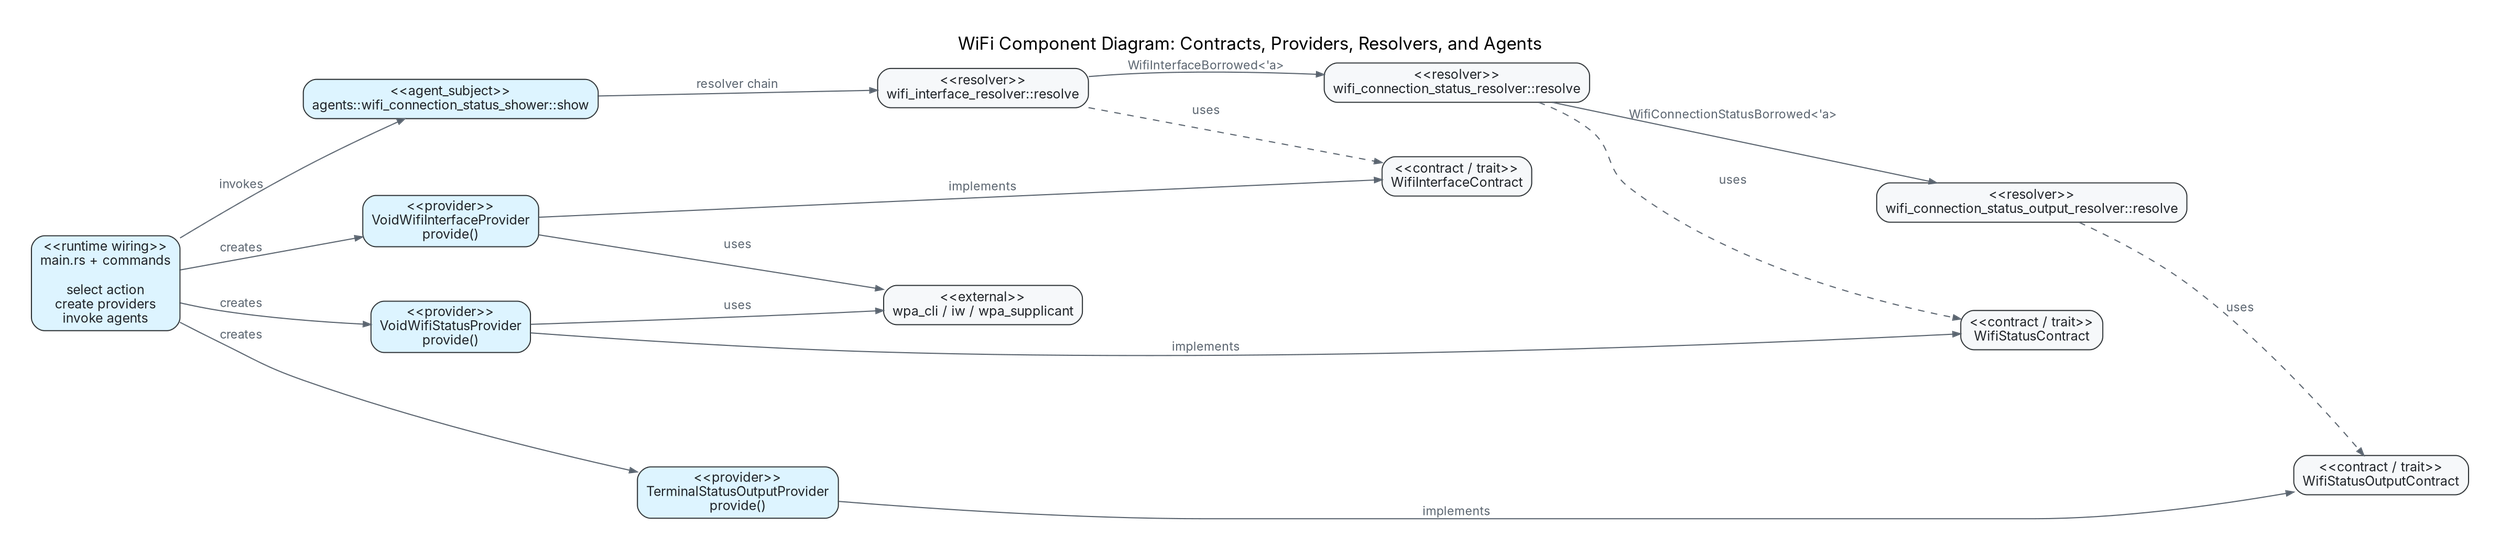
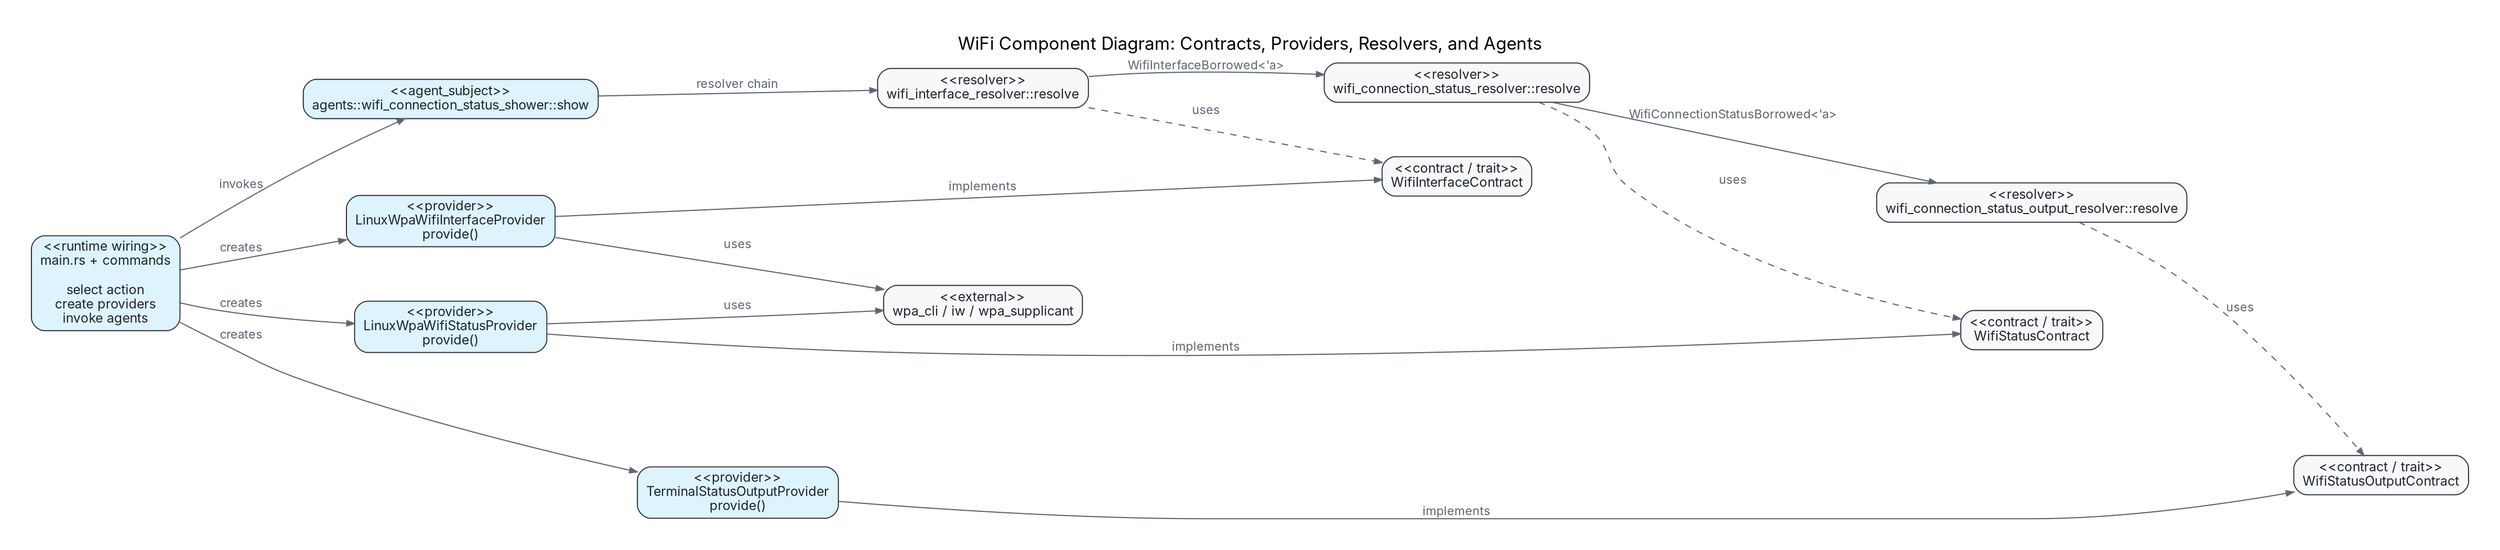
digraph WifiComponentDiagram {
  graph [
    rankdir=LR,
    bgcolor="transparent",
    pad="0.4",
    nodesep="0.7",
    ranksep="1.0",
    fontname="Inter",
    label="WiFi Component Diagram: Contracts, Providers, Resolvers, and Agents",
    labelloc="t",
    fontsize=16
  ];

  node [
    shape=box,
    fontname="Inter",
    fontsize=12,
    color="#2f3437",
    fontcolor="#1f2328",
    style="rounded,filled",
    fillcolor="#f6f8fa"
  ];

  edge [
    color="#59636e",
    arrowsize=0.7,
    fontname="Inter",
    fontsize=11,
    fontcolor="#59636e"
  ];

  CommandAssembly [
    label="<<runtime wiring>>\nmain.rs + commands\n\nselect action\ncreate providers\ninvoke agents",
    fillcolor="#ddf4ff"
  ];

  WifiConnectionStatusShower [
    label="<<agent_subject>>\nagents::wifi_connection_status_shower::show",
    fillcolor="#ddf4ff"
  ];

  WifiInterfaceResolver [
    label="<<resolver>>\nwifi_interface_resolver::resolve"
  ];

  WifiConnectionStatusResolver [
    label="<<resolver>>\nwifi_connection_status_resolver::resolve"
  ];

  WifiConnectionStatusOutputResolver [
    label="<<resolver>>\nwifi_connection_status_output_resolver::resolve"
  ];

  WifiInterfaceContract [
    label="<<contract / trait>>\nWifiInterfaceContract"
  ];

  WifiStatusContract [
    label="<<contract / trait>>\nWifiStatusContract"
  ];

  WifiStatusOutputContract [
    label="<<contract / trait>>\nWifiStatusOutputContract"
  ];

-   VoidWifiInterfaceProvider [
-     label="<<provider>>\nVoidWifiInterfaceProvider\nprovide()",
+   LinuxWpaWifiInterfaceProvider [
+     label="<<provider>>\nLinuxWpaWifiInterfaceProvider\nprovide()",
    fillcolor="#ddf4ff"
  ];

-   VoidWifiStatusProvider [
-     label="<<provider>>\nVoidWifiStatusProvider\nprovide()",
+   LinuxWpaWifiStatusProvider [
+     label="<<provider>>\nLinuxWpaWifiStatusProvider\nprovide()",
    fillcolor="#ddf4ff"
  ];

  TerminalStatusOutputProvider [
    label="<<provider>>\nTerminalStatusOutputProvider\nprovide()",
    fillcolor="#ddf4ff"
  ];

  ExternalWifi [
    label="<<external>>\nwpa_cli / iw / wpa_supplicant",
    fillcolor="#f6f8fa"
  ];

-   CommandAssembly -> VoidWifiInterfaceProvider [label="creates"];
-   CommandAssembly -> VoidWifiStatusProvider [label="creates"];
+   CommandAssembly -> LinuxWpaWifiInterfaceProvider [label="creates"];
+   CommandAssembly -> LinuxWpaWifiStatusProvider [label="creates"];
  CommandAssembly -> TerminalStatusOutputProvider [label="creates"];
  CommandAssembly -> WifiConnectionStatusShower [label="invokes"];

  WifiConnectionStatusShower -> WifiInterfaceResolver [label="resolver chain"];
  WifiInterfaceResolver -> WifiConnectionStatusResolver [label="WifiInterfaceBorrowed<'a>"];
  WifiConnectionStatusResolver -> WifiConnectionStatusOutputResolver [label="WifiConnectionStatusBorrowed<'a>"];

  WifiInterfaceResolver -> WifiInterfaceContract [label="uses", style=dashed];
  WifiConnectionStatusResolver -> WifiStatusContract [label="uses", style=dashed];
  WifiConnectionStatusOutputResolver -> WifiStatusOutputContract [label="uses", style=dashed];

-   VoidWifiInterfaceProvider -> WifiInterfaceContract [label="implements"];
-   VoidWifiStatusProvider -> WifiStatusContract [label="implements"];
+   LinuxWpaWifiInterfaceProvider -> WifiInterfaceContract [label="implements"];
+   LinuxWpaWifiStatusProvider -> WifiStatusContract [label="implements"];
  TerminalStatusOutputProvider -> WifiStatusOutputContract [label="implements"];

-   VoidWifiInterfaceProvider -> ExternalWifi [label="uses"];
-   VoidWifiStatusProvider -> ExternalWifi [label="uses"];
+   LinuxWpaWifiInterfaceProvider -> ExternalWifi [label="uses"];
+   LinuxWpaWifiStatusProvider -> ExternalWifi [label="uses"];
}
